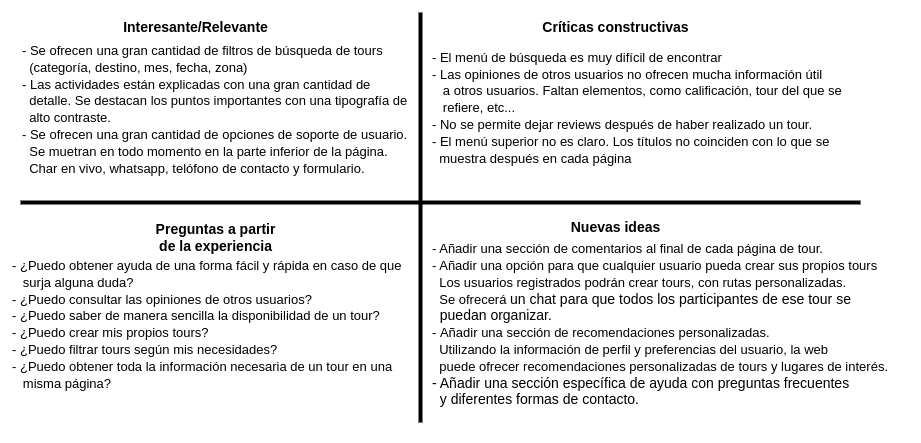
The draw.io diagram P2/malla.png in Ismael034/DIU, before a commit. Source tidied: cells renumbered, new cells last; positions are measured from the earlier drawing's top-left corner, leaving out a move shared by most shapes.
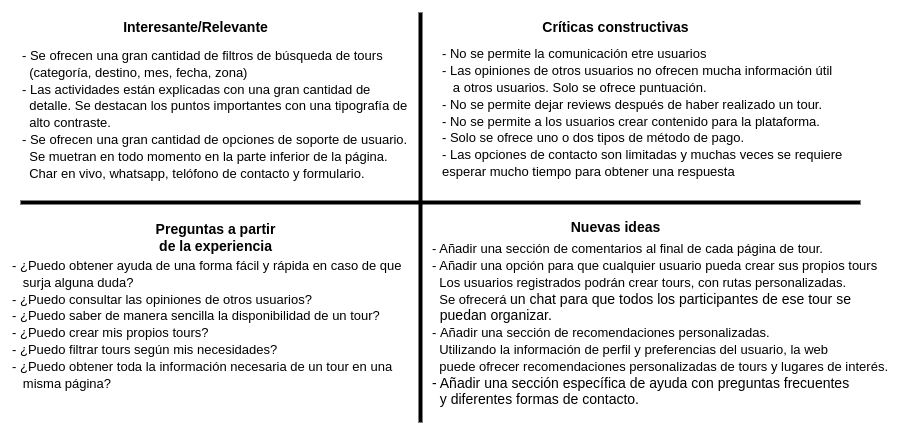
After the change.

Change to the diagram source:
```diff
@@ -27,10 +27,10 @@
       <mxGeometry x="550" y="200" width="110" height="30" as="geometry" />
     </mxCell>
     <mxCell id="8" value="&lt;font style=&quot;font-size: 13px;&quot;&gt;- Se ofrecen una gran cantidad de filtros de búsqueda de tours&lt;br&gt;&amp;nbsp; (categoría, destino, mes, fecha, zona)&lt;br&gt;- Las actividades están explicadas con una gran cantidad de&lt;br&gt;&amp;nbsp; detalle. Se destacan los puntos importantes con una tipografía de&amp;nbsp;&lt;br&gt;&amp;nbsp; alto contraste.&lt;br&gt;- Se ofrecen una gran cantidad de opciones de soporte de usuario.&lt;br&gt;&amp;nbsp; Se muetran en todo momento en la parte inferior de la página.&lt;br&gt;&amp;nbsp; Char en vivo, whatsapp, telófono de contacto y formulario.&lt;br&gt;&lt;br&gt;&lt;/font&gt;" style="text;html=1;align=left;verticalAlign=middle;strokeColor=none;fillColor=none;fontSize=14;" parent="1" vertex="1">
-      <mxGeometry x="10" y="25" width="410" height="160" as="geometry" />
+      <mxGeometry x="10" y="30" width="410" height="160" as="geometry" />
     </mxCell>
-    <mxCell id="9" value="&lt;font style=&quot;font-size: 13px;&quot;&gt;- El menú de búsqueda es muy difícil de encontrar&lt;br&gt;- Las opiniones de otros usuarios no ofrecen mucha información útil&lt;br&gt;&amp;nbsp; &amp;nbsp;a otros usuarios. Faltan elementos, como calificación, tour del que se&amp;nbsp;&lt;br&gt;&amp;nbsp; &amp;nbsp;refiere, etc...&lt;br&gt;- No se permite dejar reviews después de haber realizado un tour.&lt;br&gt;- El menú superior no es claro. Los títulos no coinciden con lo que se&lt;br&gt;&amp;nbsp; muestra después en cada página&lt;br&gt;&lt;/font&gt;" style="text;html=1;align=left;verticalAlign=middle;strokeColor=none;fillColor=none;fontSize=14;" parent="1" vertex="1">
-      <mxGeometry x="420" y="30" width="440" height="130" as="geometry" />
+    <mxCell id="9" value="&lt;font style=&quot;font-size: 13px;&quot;&gt;- No se permite la comunicación etre usuarios&lt;br&gt;- Las opiniones de otros usuarios no ofrecen mucha información útil&lt;br&gt;&amp;nbsp; &amp;nbsp;a otros usuarios. Solo se ofrece puntuación.&lt;br&gt;- No se permite dejar reviews después de haber realizado un tour.&lt;br&gt;- No se permite a los usuarios crear contenido para la plataforma.&amp;nbsp;&lt;br&gt;- Solo se ofrece uno o dos tipos de método de pago.&lt;br&gt;- Las opciones de contacto son limitadas y muchas veces se requiere&lt;br&gt;esperar mucho tiempo para obtener una respuesta&lt;br&gt;&lt;/font&gt;" style="text;html=1;align=left;verticalAlign=middle;strokeColor=none;fillColor=none;fontSize=14;" parent="1" vertex="1">
+      <mxGeometry x="430" y="25" width="420" height="150" as="geometry" />
     </mxCell>
     <mxCell id="10" value="&lt;font style=&quot;font-size: 13px;&quot;&gt;- ¿Puedo obtener ayuda de una forma fácil y rápida en caso de que&lt;br&gt;&amp;nbsp; &amp;nbsp;surja alguna duda?&lt;br&gt;- ¿Puedo consultar las opiniones de otros usuarios?&lt;br&gt;- ¿Puedo saber de manera sencilla la disponibilidad de un tour?&lt;br&gt;- ¿Puedo crear mis propios tours?&lt;br&gt;- ¿Puedo filtrar tours según mis necesidades?&lt;br&gt;- ¿Puedo obtener toda la información necesaria de un tour en una&amp;nbsp;&lt;br&gt;&amp;nbsp; &amp;nbsp;misma página?&lt;br&gt;&lt;br&gt;&lt;/font&gt;" style="text;html=1;align=left;verticalAlign=middle;strokeColor=none;fillColor=none;fontSize=14;" parent="1" vertex="1">
       <mxGeometry y="240" width="410" height="160" as="geometry" />
```
